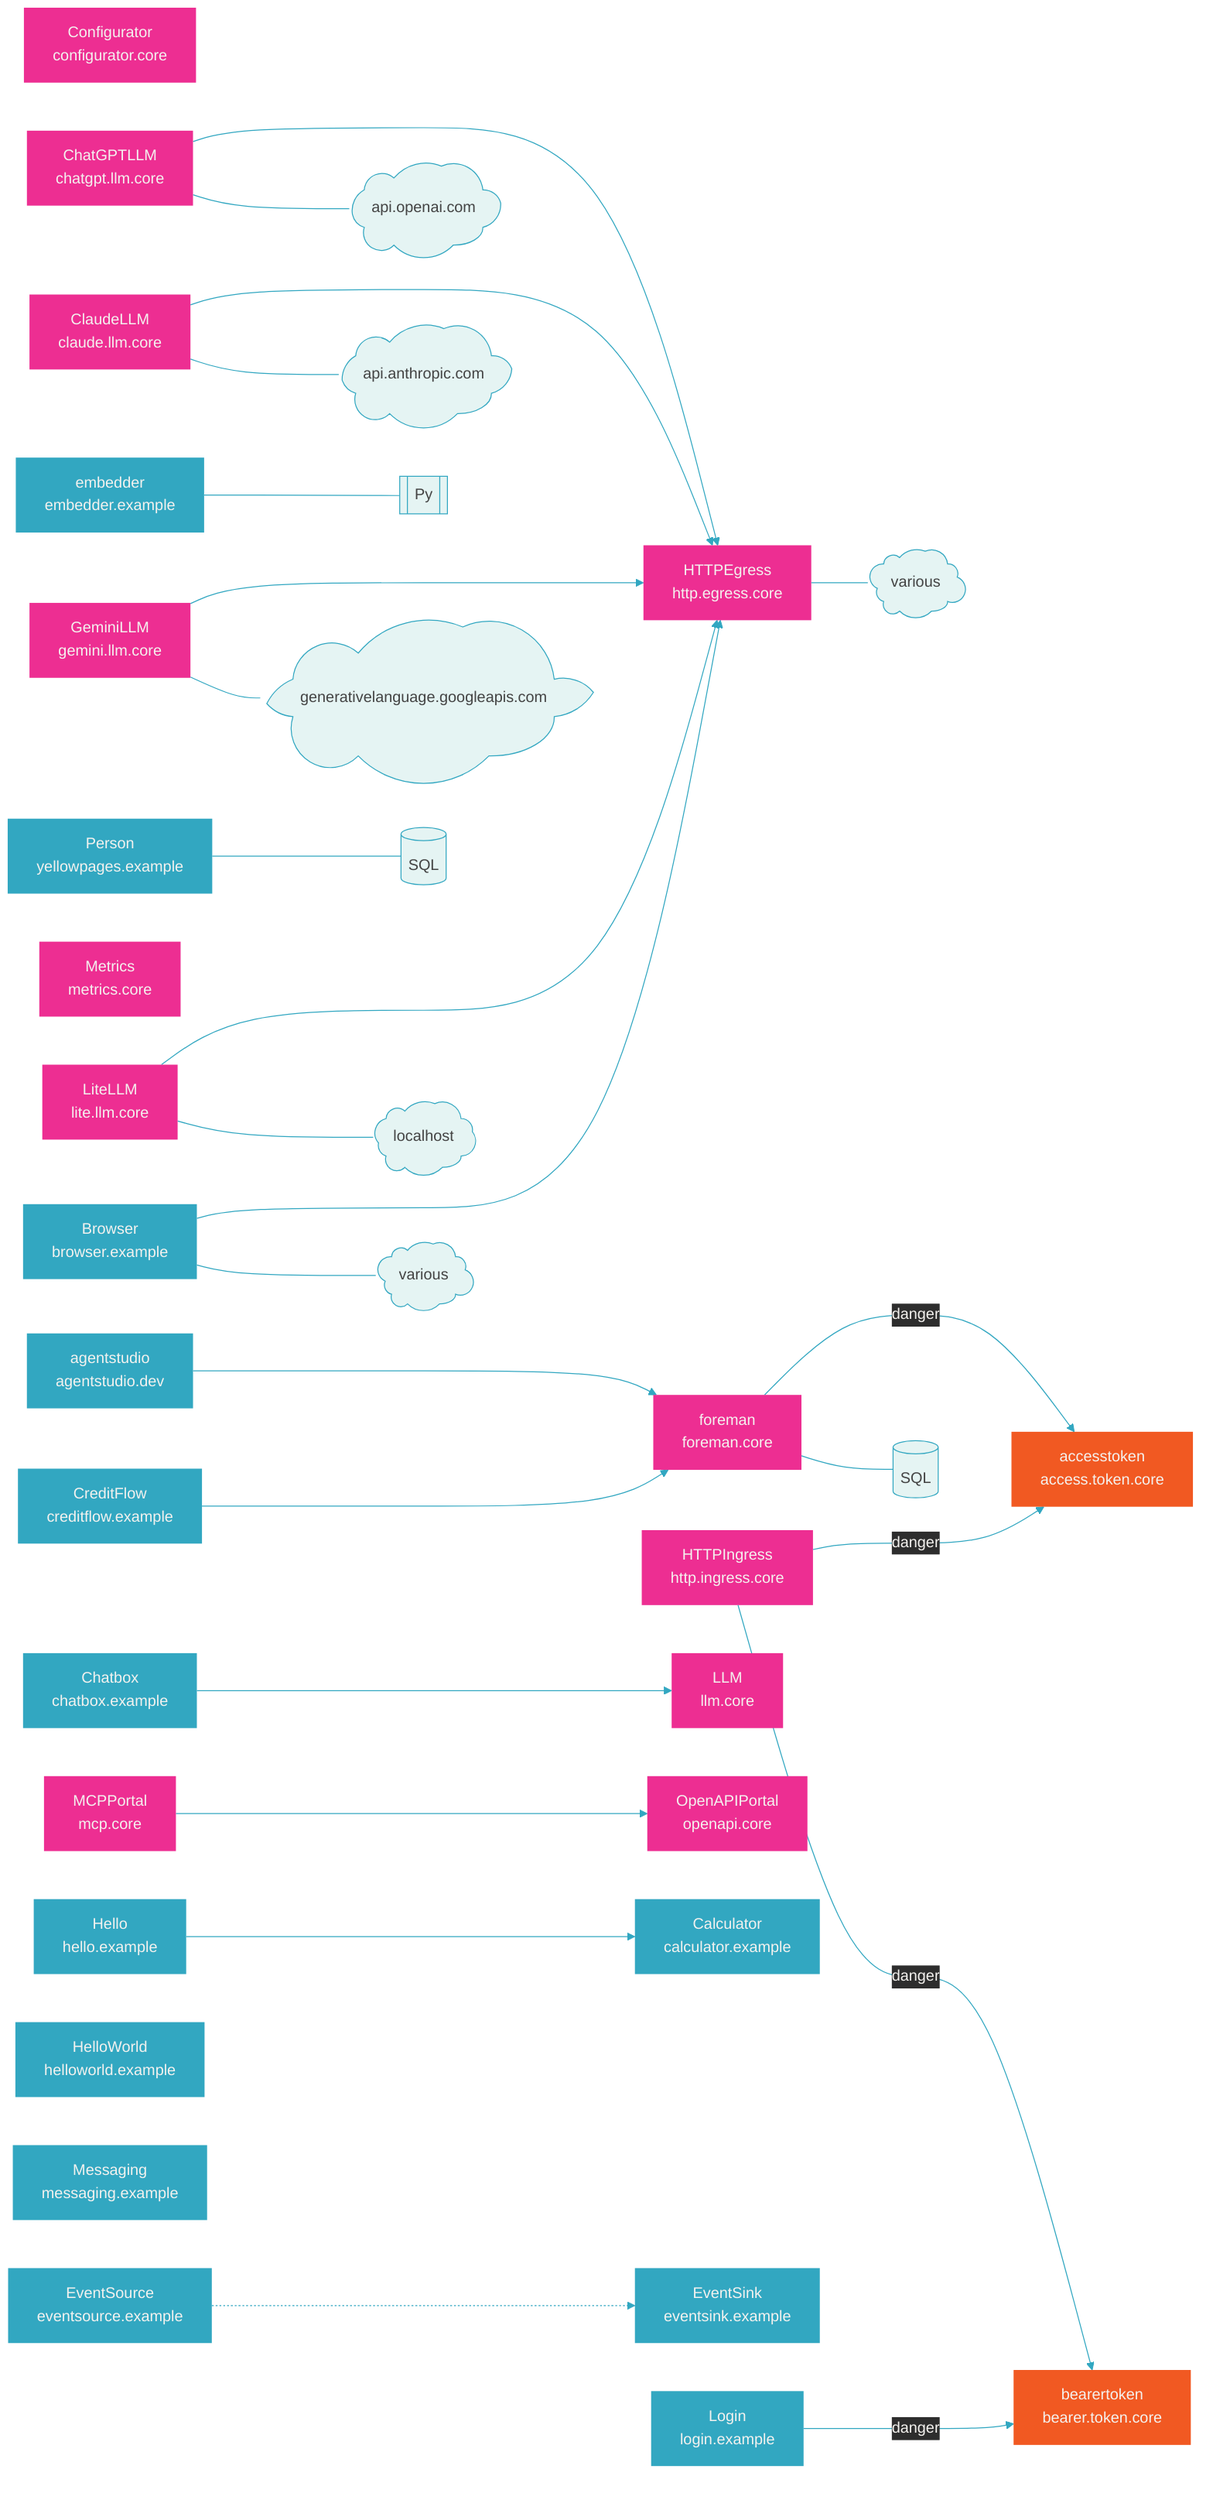
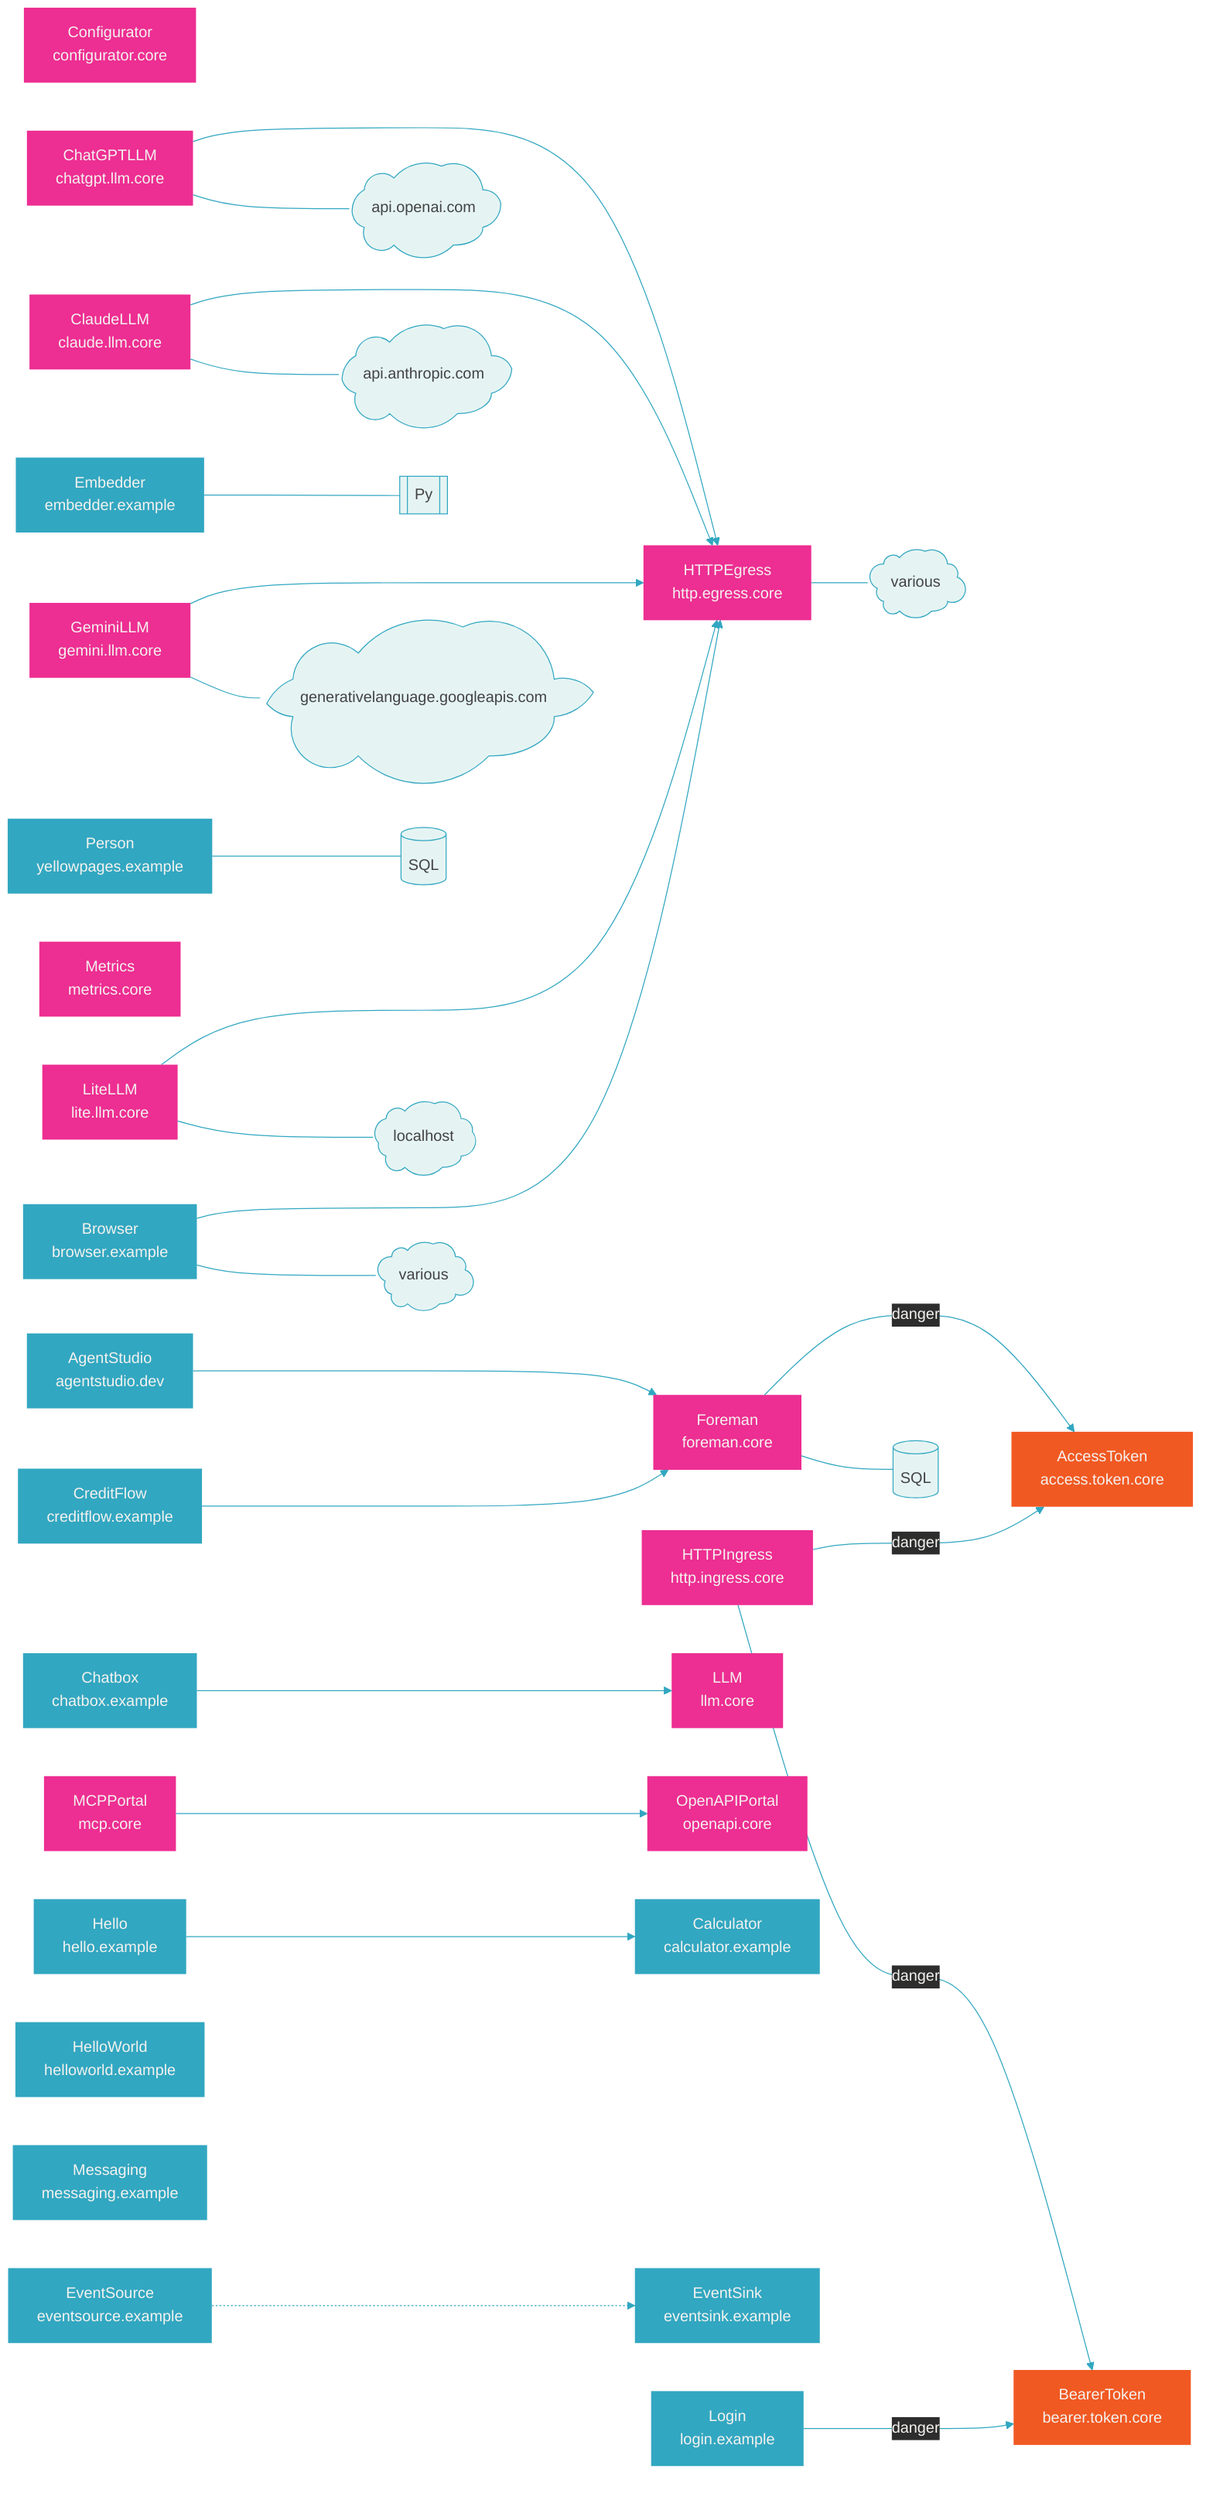
%%{init: {'themeVariables': {'lineColor': '#32a7c1', 'edgeLabelBackground': '#2d2d2d', 'textColor': '#f4f2ef'}}}%%
graph LR
    classDef core fill:#ed2e92,color:#f4f2ef,stroke-width:0px
    classDef svc fill:#32a7c1,color:#f4f2ef,stroke-width:0px
    classDef danger fill:#f15922,color:#f4f2ef,stroke-width:0px
    classDef ext fill:#e5f4f3,color:#434343,stroke:#32a7c1

    configurator.core[Configurator<br>configurator.core]
    http.egress.core[HTTPEgress<br>http.egress.core] --- http.egress.core.cloud@{shape: cloud, label: "various"}
-     foreman.core[foreman<br>foreman.core] --->|danger| access.token.core[accesstoken<br>access.token.core]
+     foreman.core[Foreman<br>foreman.core] --->|danger| access.token.core[AccessToken<br>access.token.core]
    foreman.core --- foreman.core.db[(SQL)]
    http.ingress.core[HTTPIngress<br>http.ingress.core] --->|danger| access.token.core
-     http.ingress.core --->|danger| bearer.token.core[bearertoken<br>bearer.token.core]
+     http.ingress.core --->|danger| bearer.token.core[BearerToken<br>bearer.token.core]
    llm.core[LLM<br>llm.core]
    chatgpt.llm.core[ChatGPTLLM<br>chatgpt.llm.core] ---> http.egress.core
    chatgpt.llm.core --- chatgpt.llm.core.cloud@{shape: cloud, label: "api.openai.com"}
    claude.llm.core[ClaudeLLM<br>claude.llm.core] ---> http.egress.core
    claude.llm.core --- claude.llm.core.cloud@{shape: cloud, label: "api.anthropic.com"}
    gemini.llm.core[GeminiLLM<br>gemini.llm.core] ---> http.egress.core
    gemini.llm.core --- gemini.llm.core.cloud@{shape: cloud, label: "generativelanguage.googleapis.com"}
    lite.llm.core[LiteLLM<br>lite.llm.core] ---> http.egress.core
    lite.llm.core --- lite.llm.core.cloud@{shape: cloud, label: "localhost"}
    mcp.core[MCPPortal<br>mcp.core] ---> openapi.core[OpenAPIPortal<br>openapi.core]
    metrics.core[Metrics<br>metrics.core]
-     agentstudio.dev[agentstudio<br>agentstudio.dev] ---> foreman.core
+     agentstudio.dev[AgentStudio<br>agentstudio.dev] ---> foreman.core
    browser.example[Browser<br>browser.example] ---> http.egress.core
    browser.example --- browser.example.cloud@{shape: cloud, label: "various"}
    calculator.example[Calculator<br>calculator.example]
    chatbox.example[Chatbox<br>chatbox.example] ---> llm.core
    creditflow.example[CreditFlow<br>creditflow.example] ---> foreman.core
-     embedder.example[embedder<br>embedder.example] --- embedder.example.py[[Py]]
+     embedder.example[Embedder<br>embedder.example] --- embedder.example.py[[Py]]
    eventsource.example[EventSource<br>eventsource.example] -..-> eventsink.example[EventSink<br>eventsink.example]
    hello.example[Hello<br>hello.example] ---> calculator.example
    helloworld.example[HelloWorld<br>helloworld.example]
    login.example[Login<br>login.example] --->|danger| bearer.token.core
    messaging.example[Messaging<br>messaging.example]
    yellowpages.example[Person<br>yellowpages.example] --- yellowpages.example.db[(SQL)]

    class agentstudio.dev,browser.example,calculator.example,chatbox.example,creditflow.example,embedder.example,eventsink.example,eventsource.example,hello.example,helloworld.example,login.example,messaging.example,yellowpages.example svc
    class configurator.core,http.egress.core,foreman.core,http.ingress.core,llm.core,chatgpt.llm.core,claude.llm.core,gemini.llm.core,lite.llm.core,mcp.core,metrics.core,openapi.core core
    class access.token.core,bearer.token.core danger
    class http.egress.core.cloud,foreman.core.db,chatgpt.llm.core.cloud,claude.llm.core.cloud,gemini.llm.core.cloud,lite.llm.core.cloud,browser.example.cloud,embedder.example.py,yellowpages.example.db ext
